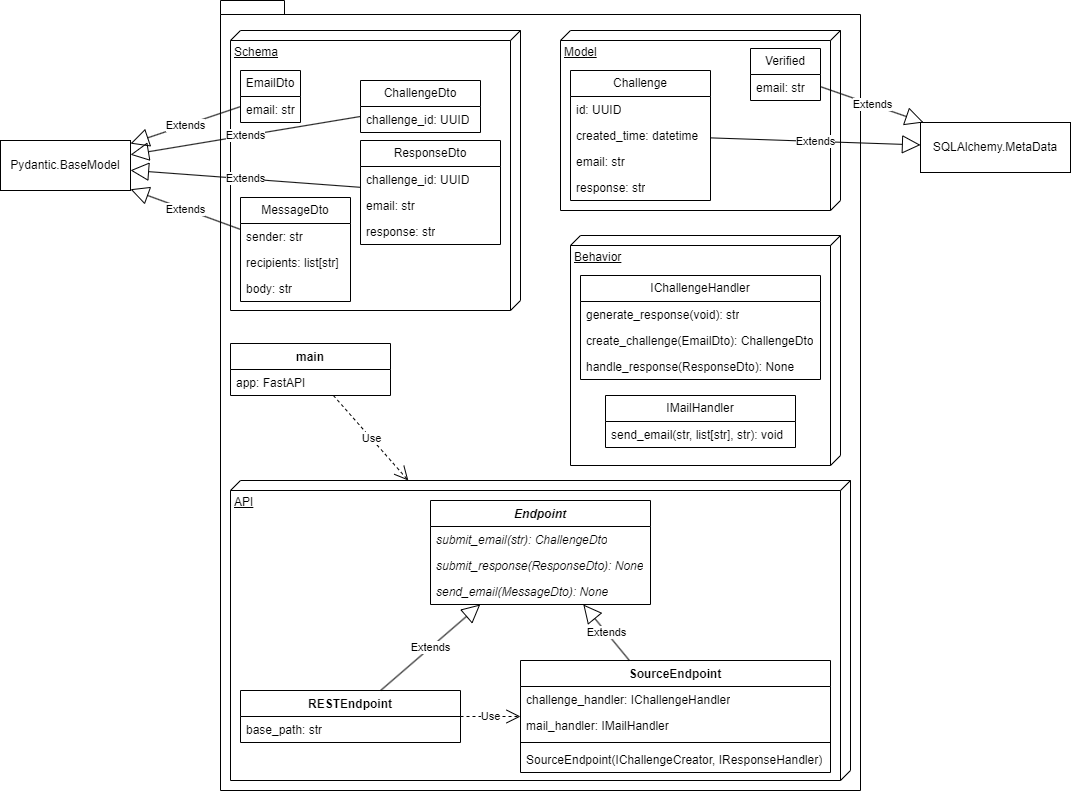
The draw.io diagram docs/uml.png in mwhicks-dev/authmail, before a commit. Source tidied: cells renumbered, new cells last; positions are measured from the earlier drawing's top-left corner, leaving out a move shared by most shapes.
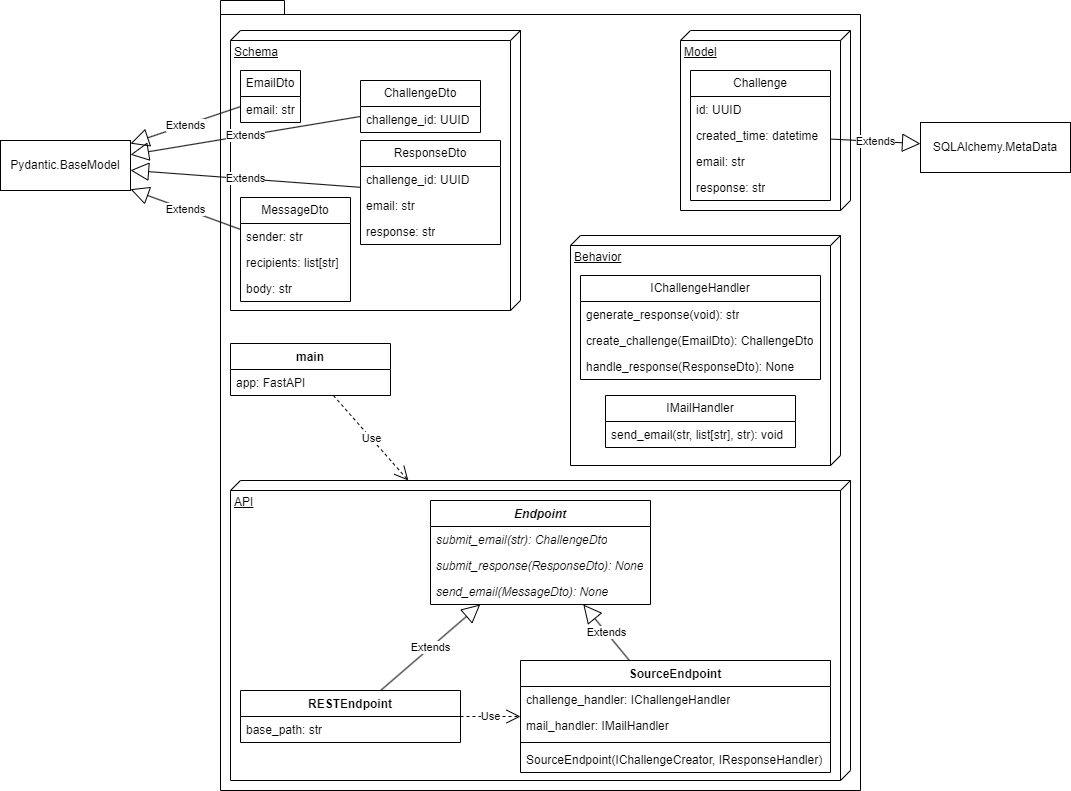
The same diagram one commit later.

Commit message:
Removed Verified table in favor of just utilizing PyAcct #1

What changed in the source:
```diff
@@ -12,7 +12,7 @@
       <mxGeometry x="570" y="235" width="270" height="230" as="geometry" />
     </mxCell>
     <mxCell id="5" value="Model" style="verticalAlign=top;align=left;spacingTop=8;spacingLeft=2;spacingRight=12;shape=cube;size=10;direction=south;fontStyle=4;html=1;whiteSpace=wrap;" parent="1" vertex="1">
-      <mxGeometry x="560" y="30" width="280" height="180" as="geometry" />
+      <mxGeometry x="680" y="30" width="170" height="180" as="geometry" />
     </mxCell>
     <mxCell id="6" value="Schema" style="verticalAlign=top;align=left;spacingTop=8;spacingLeft=2;spacingRight=12;shape=cube;size=10;direction=south;fontStyle=4;html=1;whiteSpace=wrap;" parent="1" vertex="1">
       <mxGeometry x="230" y="30" width="290" height="280" as="geometry" />
@@ -54,7 +54,7 @@
       <mxGeometry relative="1" as="geometry" />
     </mxCell>
     <mxCell id="19" value="Challenge" style="swimlane;fontStyle=0;horizontal=1;startSize=26;fillColor=none;whiteSpace=wrap;html=1;" parent="1" vertex="1">
-      <mxGeometry x="570" y="70" width="140" height="130" as="geometry" />
+      <mxGeometry x="690" y="70" width="140" height="130" as="geometry" />
     </mxCell>
     <mxCell id="20" value="id: UUID" style="text;strokeColor=none;fillColor=none;align=left;verticalAlign=top;spacingLeft=4;spacingRight=4;overflow=hidden;whiteSpace=wrap;html=1;" parent="19" vertex="1">
       <mxGeometry y="26" width="140" height="26" as="geometry" />
@@ -143,15 +143,6 @@
     <mxCell id="48" value="send_email(str, list[str], str): void" style="text;strokeColor=none;fillColor=none;align=left;verticalAlign=top;spacingLeft=4;spacingRight=4;overflow=hidden;whiteSpace=wrap;html=1;" parent="47" vertex="1">
       <mxGeometry y="26" width="190" height="26" as="geometry" />
     </mxCell>
-    <mxCell id="49" value="Verified" style="swimlane;fontStyle=0;horizontal=1;startSize=26;fillColor=none;whiteSpace=wrap;html=1;" parent="1" vertex="1">
-      <mxGeometry x="750" y="48" width="70" height="52" as="geometry" />
-    </mxCell>
-    <mxCell id="50" value="email: str" style="text;strokeColor=none;fillColor=none;align=left;verticalAlign=top;spacingLeft=4;spacingRight=4;overflow=hidden;whiteSpace=wrap;html=1;" parent="49" vertex="1">
-      <mxGeometry y="26" width="70" height="26" as="geometry" />
-    </mxCell>
-    <mxCell id="51" value="Extends" style="endArrow=block;endSize=16;endFill=0;html=1;rounded=0;" parent="1" edge="1" source="49" target="24">
-      <mxGeometry relative="1" as="geometry" />
-    </mxCell>
     <mxCell id="52" value="MessageDto" style="swimlane;fontStyle=0;horizontal=1;startSize=26;fillColor=none;whiteSpace=wrap;html=1;" parent="1" vertex="1">
       <mxGeometry x="240" y="197" width="110" height="104" as="geometry" />
     </mxCell>
```
